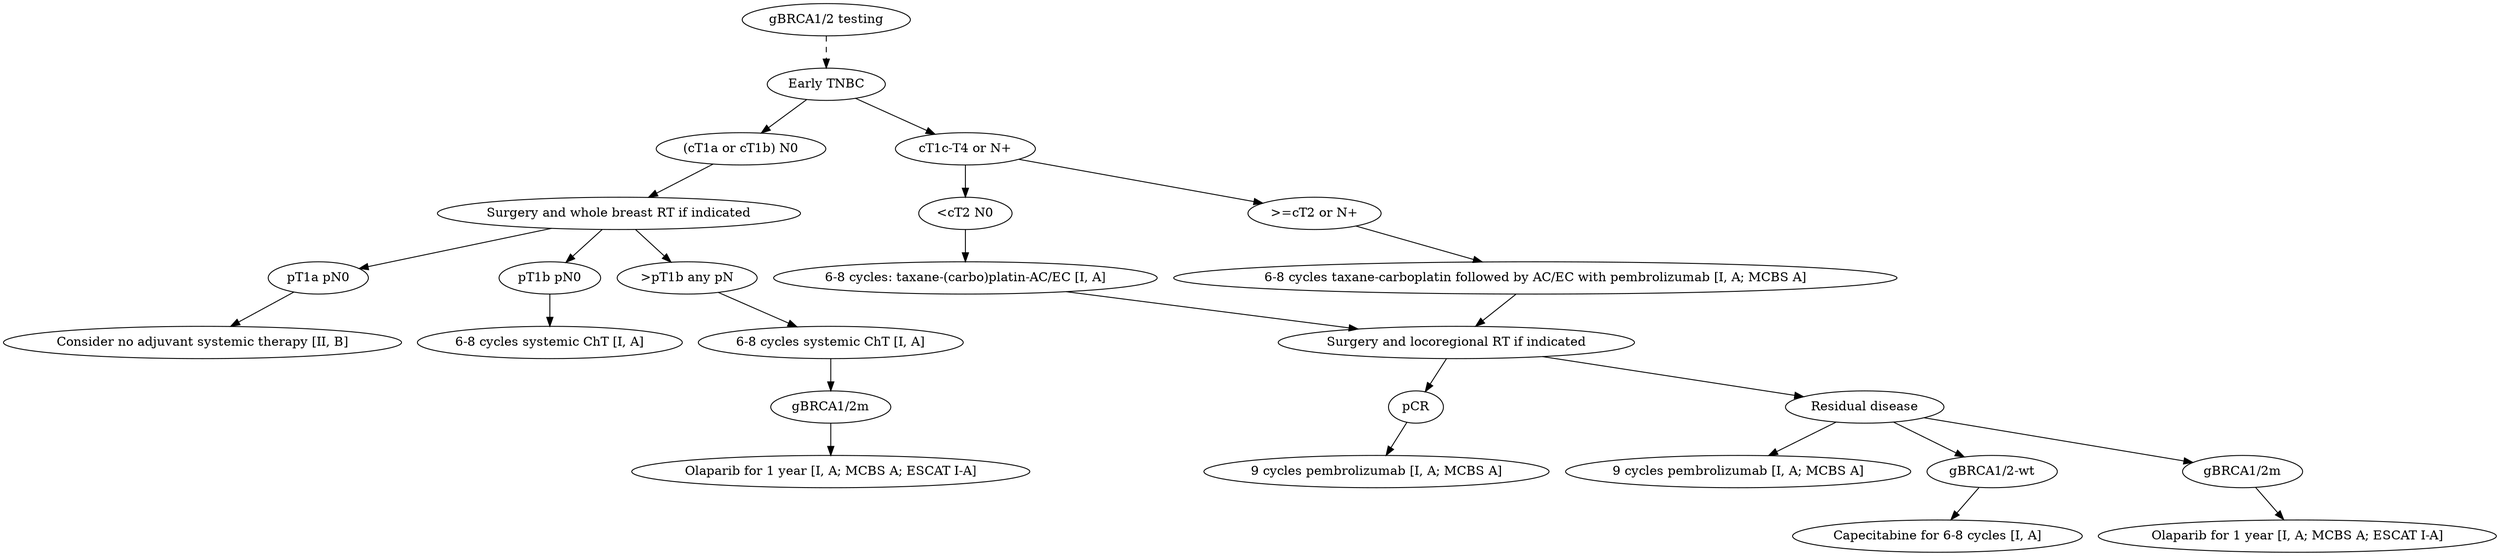
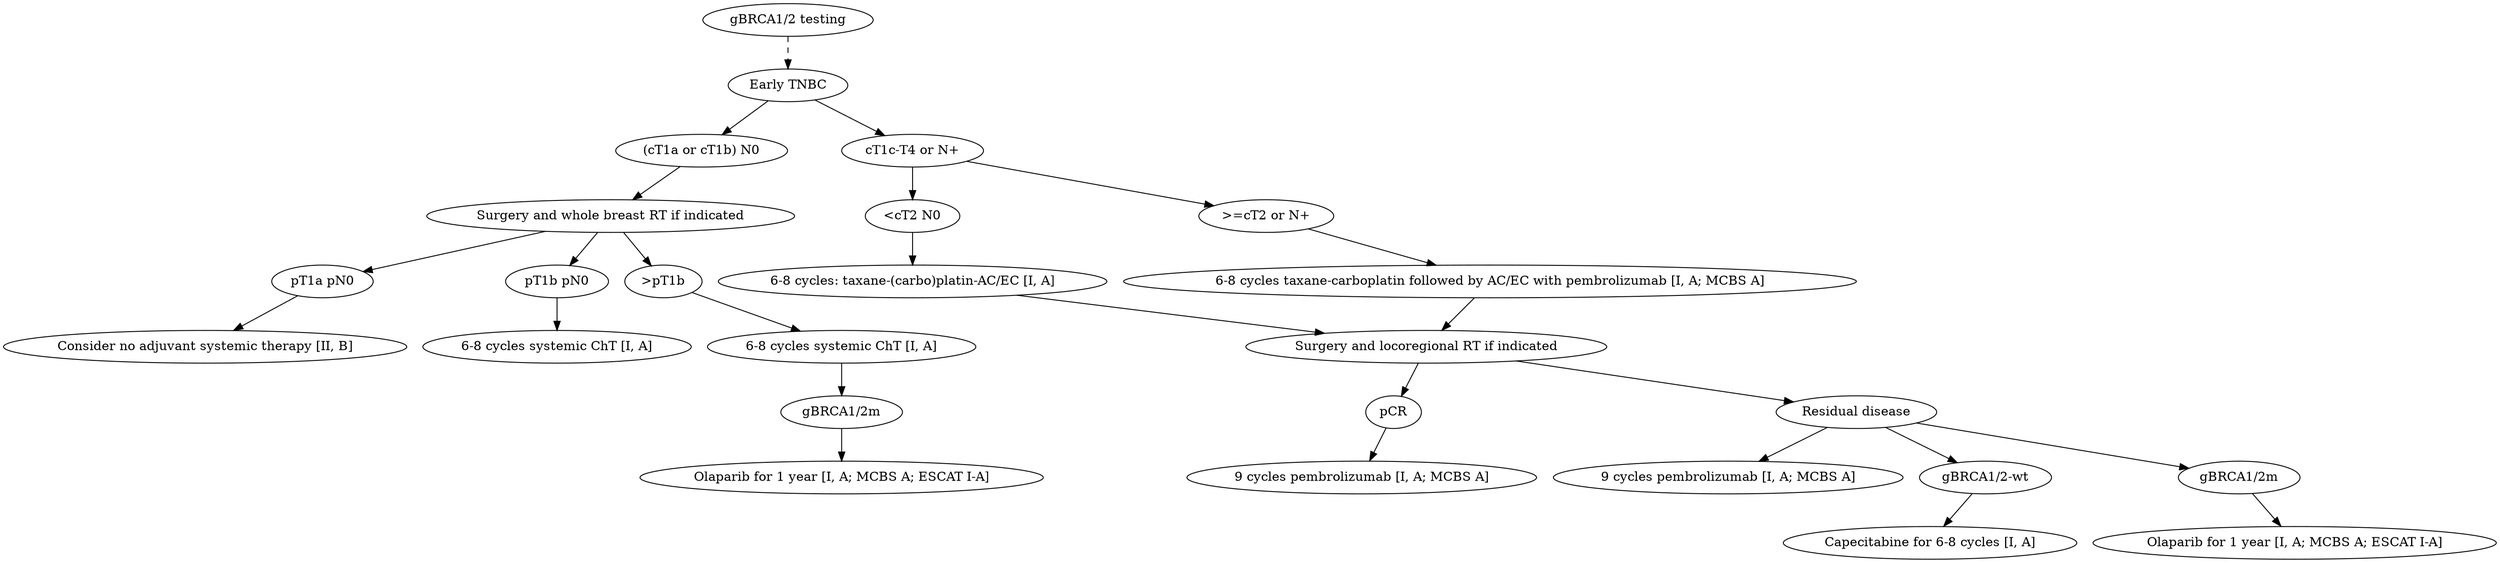
digraph G {
    a [label="gBRCA1/2 testing"];
    b [label="Early TNBC"];
    c [label="(cT1a or cT1b) N0"];
    d [label="cT1c-T4 or N+"];
    e [label="Surgery and whole breast RT if indicated"];
    f [label="pT1a pN0"];
    g [label="pT1b pN0"];
-     h [label=">pT1b any pN"];
+     h [label=">pT1b"];
    i [label="Consider no adjuvant systemic therapy [II, B]"];
    j [label="6-8 cycles systemic ChT [I, A]"];
    k [label="6-8 cycles systemic ChT [I, A]"];
    l [label="gBRCA1/2m"];
    m [label="Olaparib for 1 year [I, A; MCBS A; ESCAT I-A]"];
    n [label="<cT2 N0"];
    o [label=">=cT2 or N+"];
    p [label="6-8 cycles: taxane-(carbo)platin-AC/EC [I, A]"];
    q [label="6-8 cycles taxane-carboplatin followed by AC/EC with pembrolizumab [I, A; MCBS A]"];
    r [label="Surgery and locoregional RT if indicated"];
    s [label="pCR"];
    t [label="Residual disease"];
    u [label="9 cycles pembrolizumab [I, A; MCBS A]"];
    v [label="9 cycles pembrolizumab [I, A; MCBS A]"];
    w [label="gBRCA1/2-wt"];
    x [label="Capecitabine for 6-8 cycles [I, A]"];
    y [label="gBRCA1/2m"];
    z [label="Olaparib for 1 year [I, A; MCBS A; ESCAT I-A]"];

    a -> b [style=dashed];
    b -> c;
    b -> d;
    c -> e;
    e -> f;
    e -> g;
    e -> h;
    f -> i;
    g -> j;
    h -> k;
    k -> l;
    l -> m;
    d -> n;
    d -> o;
    n -> p;
    o -> q;
    p -> r;
    q -> r;
    r -> s;
    r -> t;
    s -> u;
    t -> v;
    t -> w;
    t -> y;
    w -> x;
    y -> z;
}
